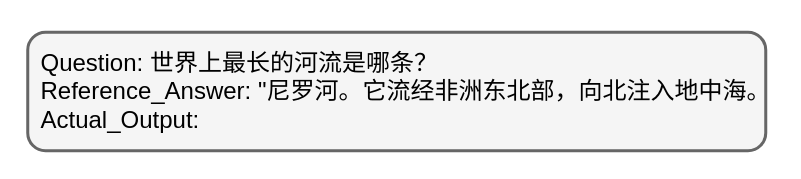
This is diagrams/sample_of_the_general_knowledge_test_dataset.drawio from real-jiakai/draw, a draw.io file, before an edit. Source tidied: cells renumbered, new cells numbered last; positions are measured from the earlier drawing's top-left corner, leaving out a move shared by most shapes. Both pictures are drawn from the tidied source at 150%, with x=0, y=0 at pixel (27, 32).
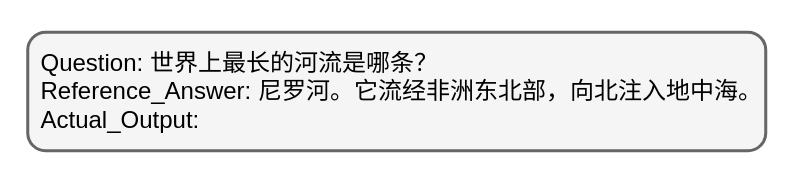
The same page after the edit.

What changed in the source:
```diff
@@
 <mxGraphModel>
   <root>
     <mxCell id="0" />
     <mxCell id="1" parent="0" />
     <mxCell id="2" style="rounded=1;whiteSpace=wrap;html=1;fillColor=#f5f5f5;fontColor=#333333;strokeColor=#666666;strokeWidth=2;" parent="1" vertex="1">
       <mxGeometry width="492" height="79" as="geometry" />
     </mxCell>
-    <mxCell id="3" value="&lt;br&gt;&lt;div&gt;&lt;span&gt;&lt;span style=&quot;font-family: Arial, sans-serif; background-color: transparent; font-variant-numeric: normal; font-variant-east-asian: normal; font-variant-alternates: normal; font-variant-position: normal; font-variant-emoji: normal; vertical-align: baseline; white-space-collapse: preserve;&quot;&gt;&lt;font style=&quot;font-size: 16px;&quot;&gt;Question: 世界上最长的河流是哪条？&lt;/font&gt;&lt;/span&gt;&lt;/span&gt;&lt;/div&gt;&lt;div&gt;&lt;span&gt;&lt;span style=&quot;font-family: Arial, sans-serif; background-color: transparent; font-variant-numeric: normal; font-variant-east-asian: normal; font-variant-alternates: normal; font-variant-position: normal; font-variant-emoji: normal; vertical-align: baseline; white-space-collapse: preserve;&quot;&gt;&lt;font style=&quot;font-size: 16px;&quot;&gt;Reference_Answer: &quot;尼罗河。它流经非洲东北部，向北注入地中海。&lt;/font&gt;&lt;/span&gt;&lt;/span&gt;&lt;/div&gt;&lt;div&gt;&lt;span&gt;&lt;span style=&quot;font-family: Arial, sans-serif; background-color: transparent; font-variant-numeric: normal; font-variant-east-asian: normal; font-variant-alternates: normal; font-variant-position: normal; font-variant-emoji: normal; vertical-align: baseline; white-space-collapse: preserve;&quot;&gt;&lt;font style=&quot;font-size: 16px;&quot;&gt;Actual_Output: &lt;/font&gt;&lt;/span&gt;&lt;/span&gt;&lt;/div&gt;" style="text;html=1;align=left;verticalAlign=middle;whiteSpace=wrap;rounded=0;" parent="1" vertex="1">
+    <mxCell id="3" value="&lt;br&gt;&lt;div&gt;&lt;span&gt;&lt;span style=&quot;font-family: Arial, sans-serif; background-color: transparent; font-variant-numeric: normal; font-variant-east-asian: normal; font-variant-alternates: normal; font-variant-position: normal; font-variant-emoji: normal; vertical-align: baseline; white-space-collapse: preserve;&quot;&gt;&lt;font style=&quot;font-size: 16px;&quot;&gt;Question: 世界上最长的河流是哪条？&lt;/font&gt;&lt;/span&gt;&lt;/span&gt;&lt;/div&gt;&lt;div&gt;&lt;span&gt;&lt;span style=&quot;font-family: Arial, sans-serif; background-color: transparent; font-variant-numeric: normal; font-variant-east-asian: normal; font-variant-alternates: normal; font-variant-position: normal; font-variant-emoji: normal; vertical-align: baseline; white-space-collapse: preserve;&quot;&gt;&lt;font style=&quot;font-size: 16px;&quot;&gt;Reference_Answer: 尼罗河。它流经非洲东北部，向北注入地中海。&lt;/font&gt;&lt;/span&gt;&lt;/span&gt;&lt;/div&gt;&lt;div&gt;&lt;span&gt;&lt;span style=&quot;font-family: Arial, sans-serif; background-color: transparent; font-variant-numeric: normal; font-variant-east-asian: normal; font-variant-alternates: normal; font-variant-position: normal; font-variant-emoji: normal; vertical-align: baseline; white-space-collapse: preserve;&quot;&gt;&lt;font style=&quot;font-size: 16px;&quot;&gt;Actual_Output: &lt;/font&gt;&lt;/span&gt;&lt;/span&gt;&lt;/div&gt;" style="text;html=1;align=left;verticalAlign=middle;whiteSpace=wrap;rounded=0;" parent="1" vertex="1">
       <mxGeometry x="7" width="492" height="63" as="geometry" />
     </mxCell>
   </root>
 </mxGraphModel>
```
